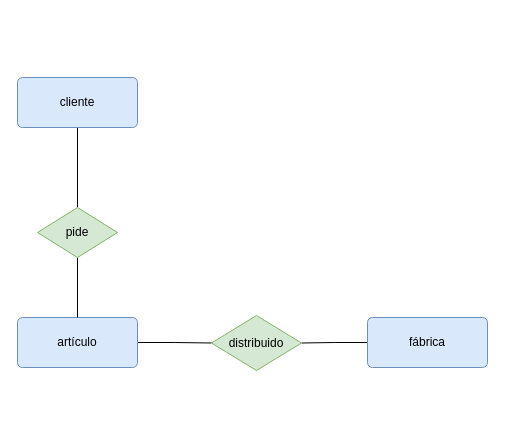
Above: Unidad-1/Tareas./Tarea-2/Diagrama sin título.drawio in mdiogc/base-datos (draw.io), before the change. Source tidied: cells renumbered, new cells numbered last; positions are measured from the earlier drawing's top-left corner, leaving out a move shared by most shapes. Both pictures are drawn from the tidied source at 100%, with x=0, y=0 at pixel (17, 77).
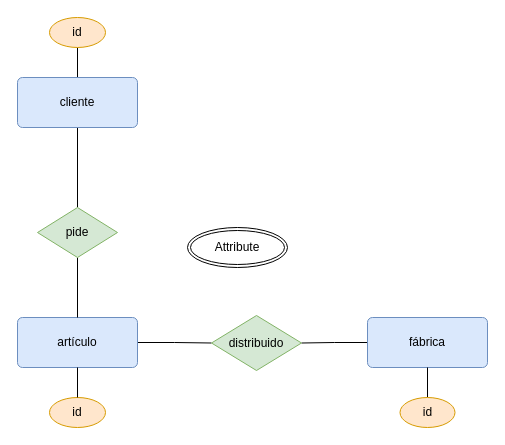
After the change.

Change to the diagram source:
```diff
@@
 <mxGraphModel>
   <root>
     <mxCell id="0" />
     <mxCell id="1" parent="0" />
     <mxCell id="2" style="edgeStyle=orthogonalEdgeStyle;rounded=0;jettySize=auto;html=1;endArrow=none;endFill=0;" parent="1" edge="1" source="3" target="10">
       <mxGeometry relative="1" as="geometry" />
     </mxCell>
     <mxCell id="3" value="fábrica" style="rounded=1;arcSize=10;whiteSpace=wrap;html=1;align=center;fillColor=#dae8fc;strokeColor=#6c8ebf;" parent="1" vertex="1">
       <mxGeometry x="350" y="240" width="120" height="50" as="geometry" />
     </mxCell>
     <mxCell id="4" style="edgeStyle=orthogonalEdgeStyle;rounded=0;jettySize=auto;html=1;exitX=1;exitY=0.5;exitDx=0;exitDy=0;entryX=0;entryY=0.5;entryDx=0;entryDy=0;endArrow=none;endFill=0;" parent="1" edge="1" source="5" target="10">
       <mxGeometry relative="1" as="geometry" />
     </mxCell>
     <mxCell id="5" value="artículo" style="rounded=1;arcSize=10;whiteSpace=wrap;html=1;align=center;fillColor=#dae8fc;strokeColor=#6c8ebf;" parent="1" vertex="1">
       <mxGeometry y="240" width="120" height="50" as="geometry" />
     </mxCell>
     <mxCell id="6" style="edgeStyle=orthogonalEdgeStyle;rounded=0;jettySize=auto;html=1;entryX=0.5;entryY=0;entryDx=0;entryDy=0;endArrow=none;endFill=0;" parent="1" edge="1" source="7" target="9">
       <mxGeometry relative="1" as="geometry" />
     </mxCell>
+    <mxCell id="11" style="edgeStyle=orthogonalEdgeStyle;rounded=0;jettySize=auto;html=1;exitX=0.5;exitY=0;exitDx=0;exitDy=0;entryX=0.5;entryY=1;entryDx=0;entryDy=0;endArrow=none;endFill=0;" parent="1" edge="1" source="7" target="14">
+      <mxGeometry relative="1" as="geometry" />
+    </mxCell>
     <mxCell id="7" value="cliente" style="rounded=1;arcSize=10;whiteSpace=wrap;html=1;align=center;fillColor=#dae8fc;strokeColor=#6c8ebf;" parent="1" vertex="1">
       <mxGeometry width="120" height="50" as="geometry" />
     </mxCell>
     <mxCell id="8" style="edgeStyle=orthogonalEdgeStyle;rounded=0;jettySize=auto;html=1;exitX=0.5;exitY=1;exitDx=0;exitDy=0;entryX=0.5;entryY=0;entryDx=0;entryDy=0;endArrow=none;endFill=0;" parent="1" edge="1" source="9" target="5">
       <mxGeometry relative="1" as="geometry" />
     </mxCell>
     <mxCell id="9" value="pide" style="shape=rhombus;perimeter=rhombusPerimeter;whiteSpace=wrap;html=1;align=center;fillColor=#d5e8d4;strokeColor=#82b366;" parent="1" vertex="1">
       <mxGeometry x="20" y="130" width="80" height="50" as="geometry" />
     </mxCell>
     <mxCell id="10" value="distribuido" style="shape=rhombus;perimeter=rhombusPerimeter;whiteSpace=wrap;html=1;align=center;fillColor=#d5e8d4;strokeColor=#82b366;" parent="1" vertex="1">
       <mxGeometry x="194" y="238" width="90" height="55" as="geometry" />
     </mxCell>
+    <mxCell id="12" style="edgeStyle=orthogonalEdgeStyle;rounded=0;jettySize=auto;html=1;endArrow=none;endFill=0;" parent="1" edge="1" source="13" target="3">
+      <mxGeometry relative="1" as="geometry" />
+    </mxCell>
+    <mxCell id="13" value="id" style="ellipse;whiteSpace=wrap;html=1;align=center;fillColor=#ffe6cc;strokeColor=#d79b00;" parent="1" vertex="1">
+      <mxGeometry x="382.5" y="320" width="55" height="30" as="geometry" />
+    </mxCell>
+    <mxCell id="14" value="id" style="ellipse;whiteSpace=wrap;html=1;align=center;fillColor=#ffe6cc;strokeColor=#d79b00;" parent="1" vertex="1">
+      <mxGeometry x="32" y="-60" width="56" height="30" as="geometry" />
+    </mxCell>
+    <mxCell id="15" value="id" style="ellipse;whiteSpace=wrap;html=1;align=center;fillColor=#ffe6cc;strokeColor=#d79b00;" parent="1" vertex="1">
+      <mxGeometry x="32" y="320" width="56" height="30" as="geometry" />
+    </mxCell>
+    <mxCell id="16" style="edgeStyle=orthogonalEdgeStyle;rounded=0;jettySize=auto;html=1;exitX=0.5;exitY=0;exitDx=0;exitDy=0;endArrow=none;endFill=0;" parent="1" edge="1" source="15" target="5">
+      <mxGeometry relative="1" as="geometry" />
+    </mxCell>
+    <mxCell id="17" value="Attribute" style="ellipse;shape=doubleEllipse;margin=3;whiteSpace=wrap;html=1;align=center;" parent="1" vertex="1">
+      <mxGeometry x="170" y="150" width="100" height="40" as="geometry" />
+    </mxCell>
   </root>
 </mxGraphModel>
```
